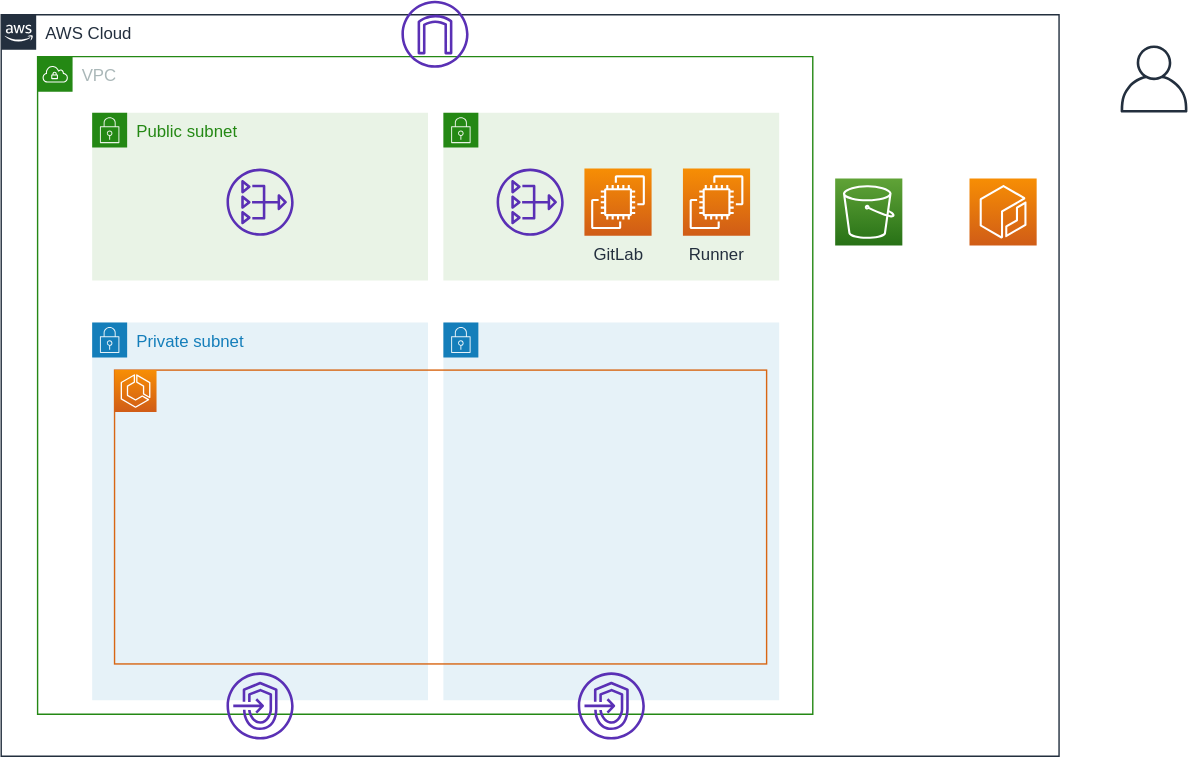
This is documents/images/use-pre.svg from moriryota62/ecs-cicd, a draw.io export, as it was before one commit. Source tidied: cells renumbered, new cells last; positions are measured from the earlier drawing's top-left corner, leaving out a move shared by most shapes.
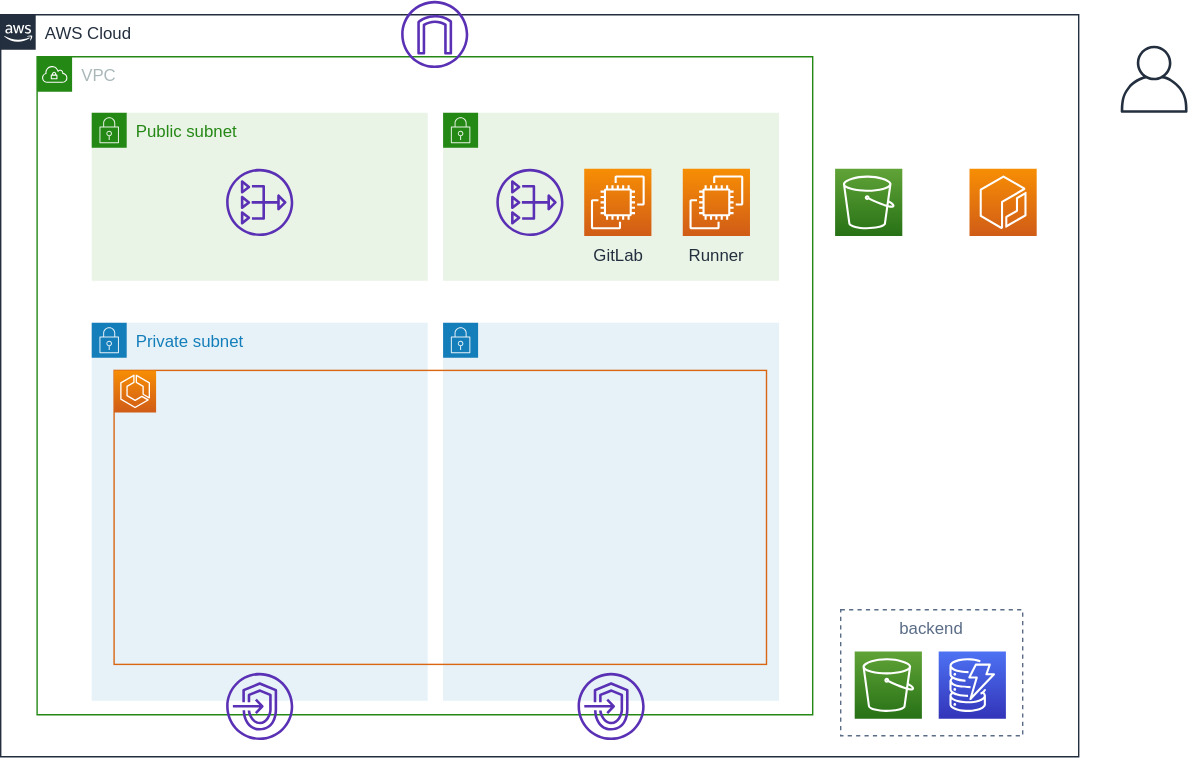
After the commit.

The edit, as a diff of the source:
```diff
@@ -3,7 +3,7 @@
     <mxCell id="0" />
     <mxCell id="1" parent="0" />
     <mxCell id="2" value="AWS Cloud" style="gradientColor=none;html=1;whiteSpace=wrap;fontSize=12;fontStyle=0;shape=mxgraph.aws4.group;grIcon=mxgraph.aws4.group_aws_cloud_alt;strokeColor=#232F3E;fillColor=none;verticalAlign=top;align=left;spacingLeft=30;fontColor=#232F3E;dashed=0;" parent="1" vertex="1">
-      <mxGeometry y="10" width="756" height="530" as="geometry" />
+      <mxGeometry y="10" width="770" height="530" as="geometry" />
     </mxCell>
     <mxCell id="3" value="VPC" style="gradientColor=none;html=1;whiteSpace=wrap;fontSize=12;fontStyle=0;shape=mxgraph.aws4.group;grIcon=mxgraph.aws4.group_vpc;strokeColor=#248814;fillColor=none;verticalAlign=top;align=left;spacingLeft=30;fontColor=#AAB7B8;dashed=0;" parent="1" vertex="1">
       <mxGeometry x="26" y="40" width="554" height="470" as="geometry" />
@@ -24,10 +24,10 @@
       <mxGeometry x="286" width="48" height="48" as="geometry" />
     </mxCell>
     <mxCell id="9" style="fontColor=#232F3E;gradientColor=#60A337;gradientDirection=north;fillColor=#277116;strokeColor=#ffffff;dashed=0;verticalLabelPosition=bottom;verticalAlign=top;align=center;html=1;fontSize=12;fontStyle=0;shape=mxgraph.aws4.resourceIcon;resIcon=mxgraph.aws4.s3;" parent="1" vertex="1">
-      <mxGeometry x="596" y="127" width="48" height="48" as="geometry" />
+      <mxGeometry x="596" y="120" width="48" height="48" as="geometry" />
     </mxCell>
     <mxCell id="10" style="fontColor=#232F3E;gradientColor=#F78E04;gradientDirection=north;fillColor=#D05C17;strokeColor=#ffffff;dashed=0;verticalLabelPosition=bottom;verticalAlign=top;align=center;html=1;fontSize=12;fontStyle=0;shape=mxgraph.aws4.resourceIcon;resIcon=mxgraph.aws4.ecr;flipV=0;" parent="1" vertex="1">
-      <mxGeometry x="692" y="127" width="48" height="48" as="geometry" />
+      <mxGeometry x="692" y="120" width="48" height="48" as="geometry" />
     </mxCell>
     <mxCell id="11" value="Private subnet" style="gradientColor=none;html=1;whiteSpace=wrap;fontSize=12;fontStyle=0;shape=mxgraph.aws4.group;grIcon=mxgraph.aws4.group_security_group;grStroke=0;strokeColor=#147EBA;fillColor=#E6F2F8;verticalAlign=top;align=left;spacingLeft=30;fontColor=#147EBA;dashed=0;" parent="1" vertex="1">
       <mxGeometry x="65" y="230" width="240" height="270" as="geometry" />
@@ -41,20 +41,38 @@
     <mxCell id="14" style="fontColor=#232F3E;gradientColor=#F78E04;gradientDirection=north;fillColor=#D05C17;strokeColor=#ffffff;dashed=0;verticalLabelPosition=bottom;verticalAlign=top;align=center;html=1;fontSize=12;fontStyle=0;shape=mxgraph.aws4.resourceIcon;resIcon=mxgraph.aws4.ecs;" parent="1" vertex="1">
       <mxGeometry x="81" y="264" width="30" height="30" as="geometry" />
     </mxCell>
-    <mxCell id="15" style="fontColor=#232F3E;gradientColor=none;fillColor=#5A30B5;strokeColor=none;dashed=0;verticalLabelPosition=bottom;verticalAlign=top;align=center;html=1;fontSize=12;fontStyle=0;shape=mxgraph.aws4.nat_gateway;" parent="1" vertex="1">
-      <mxGeometry x="161" y="120" width="48" height="48" as="geometry" />
+    <mxCell id="15" style="edgeStyle=orthogonalEdgeStyle;rounded=0;orthogonalLoop=1;jettySize=auto;html=1;exitX=0.5;exitY=1;exitDx=0;exitDy=0;" parent="1" edge="1">
+      <mxGeometry relative="1" as="geometry">
+        <mxPoint x="310.5" y="450" as="sourcePoint" />
+        <mxPoint x="310.5" y="450" as="targetPoint" />
+      </mxGeometry>
     </mxCell>
-    <mxCell id="16" style="fontColor=#232F3E;gradientColor=none;fillColor=#5A30B5;strokeColor=none;dashed=0;verticalLabelPosition=bottom;verticalAlign=top;align=center;html=1;fontSize=12;fontStyle=0;shape=mxgraph.aws4.endpoints;" parent="1" vertex="1">
-      <mxGeometry x="161" y="480" width="48" height="48" as="geometry" />
+    <mxCell id="16" style="fontColor=#232F3E;gradientColor=none;fillColor=#5A30B5;strokeColor=none;dashed=0;verticalLabelPosition=bottom;verticalAlign=top;align=center;html=1;fontSize=12;fontStyle=0;shape=mxgraph.aws4.nat_gateway;" parent="1" vertex="1">
+      <mxGeometry x="161" y="120" width="48" height="48" as="geometry" />
     </mxCell>
     <mxCell id="17" style="fontColor=#232F3E;gradientColor=none;fillColor=#5A30B5;strokeColor=none;dashed=0;verticalLabelPosition=bottom;verticalAlign=top;align=center;html=1;fontSize=12;fontStyle=0;shape=mxgraph.aws4.endpoints;" parent="1" vertex="1">
-      <mxGeometry x="412" y="480" width="48" height="48" as="geometry" />
+      <mxGeometry x="161" y="480" width="48" height="48" as="geometry" />
     </mxCell>
-    <mxCell id="18" style="fontColor=#232F3E;gradientColor=none;fillColor=#5A30B5;strokeColor=none;dashed=0;verticalLabelPosition=bottom;verticalAlign=top;align=center;html=1;fontSize=12;fontStyle=0;shape=mxgraph.aws4.nat_gateway;" parent="1" vertex="1">
-      <mxGeometry x="354" y="120" width="48" height="48" as="geometry" />
+    <mxCell id="18" style="fontColor=#232F3E;gradientColor=none;fillColor=#5A30B5;strokeColor=none;dashed=0;verticalLabelPosition=bottom;verticalAlign=top;align=center;html=1;fontSize=12;fontStyle=0;shape=mxgraph.aws4.endpoints;" parent="1" vertex="1">
+      <mxGeometry x="412" y="480" width="48" height="48" as="geometry" />
     </mxCell>
-    <mxCell id="19" style="fontColor=#232F3E;gradientColor=none;fillColor=#232F3E;strokeColor=none;dashed=0;verticalLabelPosition=bottom;verticalAlign=top;align=center;html=1;fontSize=12;fontStyle=0;shape=mxgraph.aws4.user;" parent="1" vertex="1">
-      <mxGeometry x="800" y="32" width="48" height="48" as="geometry" />
+    <mxCell id="19" style="fontColor=#232F3E;gradientColor=none;fillColor=#5A30B5;strokeColor=none;dashed=0;verticalLabelPosition=bottom;verticalAlign=top;align=center;html=1;fontSize=12;fontStyle=0;shape=mxgraph.aws4.nat_gateway;" parent="1" vertex="1">
+      <mxGeometry x="354" y="120" width="48" height="48" as="geometry" />
     </mxCell>
+    <mxCell id="20" style="fontColor=#232F3E;gradientColor=none;fillColor=#232F3E;strokeColor=none;dashed=0;verticalLabelPosition=bottom;verticalAlign=top;align=center;html=1;fontSize=12;fontStyle=0;shape=mxgraph.aws4.user;" parent="1" vertex="1">
+      <mxGeometry x="800" y="32" width="48" height="48" as="geometry" />
+    </mxCell>
+    <mxCell id="21" style="group;" parent="1" vertex="1">
+      <mxGeometry x="600" y="435" width="130" height="90" as="geometry" />
+    </mxCell>
+    <mxCell id="22" style="fontColor=#232F3E;gradientColor=#4D72F3;gradientDirection=north;fillColor=#3334B9;strokeColor=#ffffff;dashed=0;verticalLabelPosition=bottom;verticalAlign=top;align=center;html=1;fontSize=12;fontStyle=0;shape=mxgraph.aws4.resourceIcon;resIcon=mxgraph.aws4.dynamodb;" parent="21" vertex="1">
+      <mxGeometry x="70" y="29.8" width="48" height="48" as="geometry" />
+    </mxCell>
+    <mxCell id="23" style="fontColor=#232F3E;gradientColor=#60A337;gradientDirection=north;fillColor=#277116;strokeColor=#ffffff;dashed=0;verticalLabelPosition=bottom;verticalAlign=top;align=center;html=1;fontSize=12;fontStyle=0;shape=mxgraph.aws4.resourceIcon;resIcon=mxgraph.aws4.s3;" parent="21" vertex="1">
+      <mxGeometry x="10" y="29.8" width="48" height="48" as="geometry" />
+    </mxCell>
+    <mxCell id="24" value="backend" style="fillColor=none;strokeColor=#5A6C86;dashed=1;verticalAlign=top;fontStyle=0;fontColor=#5A6C86;" parent="21" vertex="1">
+      <mxGeometry width="130" height="90" as="geometry" />
+    </mxCell>
   </root>
 </mxGraphModel>
```
